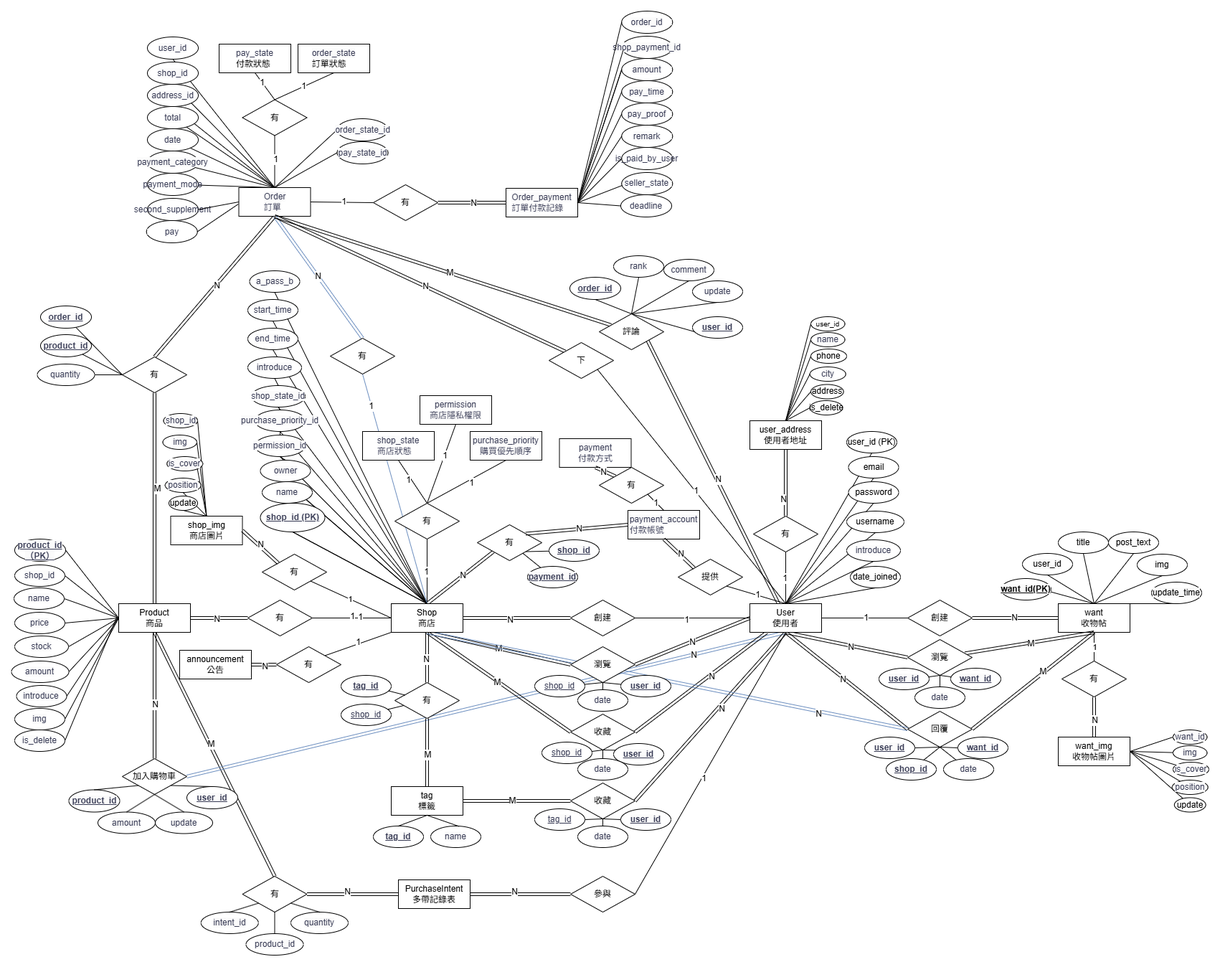
Above: 文件/ERD.png in ntubimd-goodbye-114509/goodbye (draw.io), before the change. Source tidied: cells renumbered, new cells last; positions are measured from the earlier drawing's top-left corner, leaving out a move shared by most shapes.
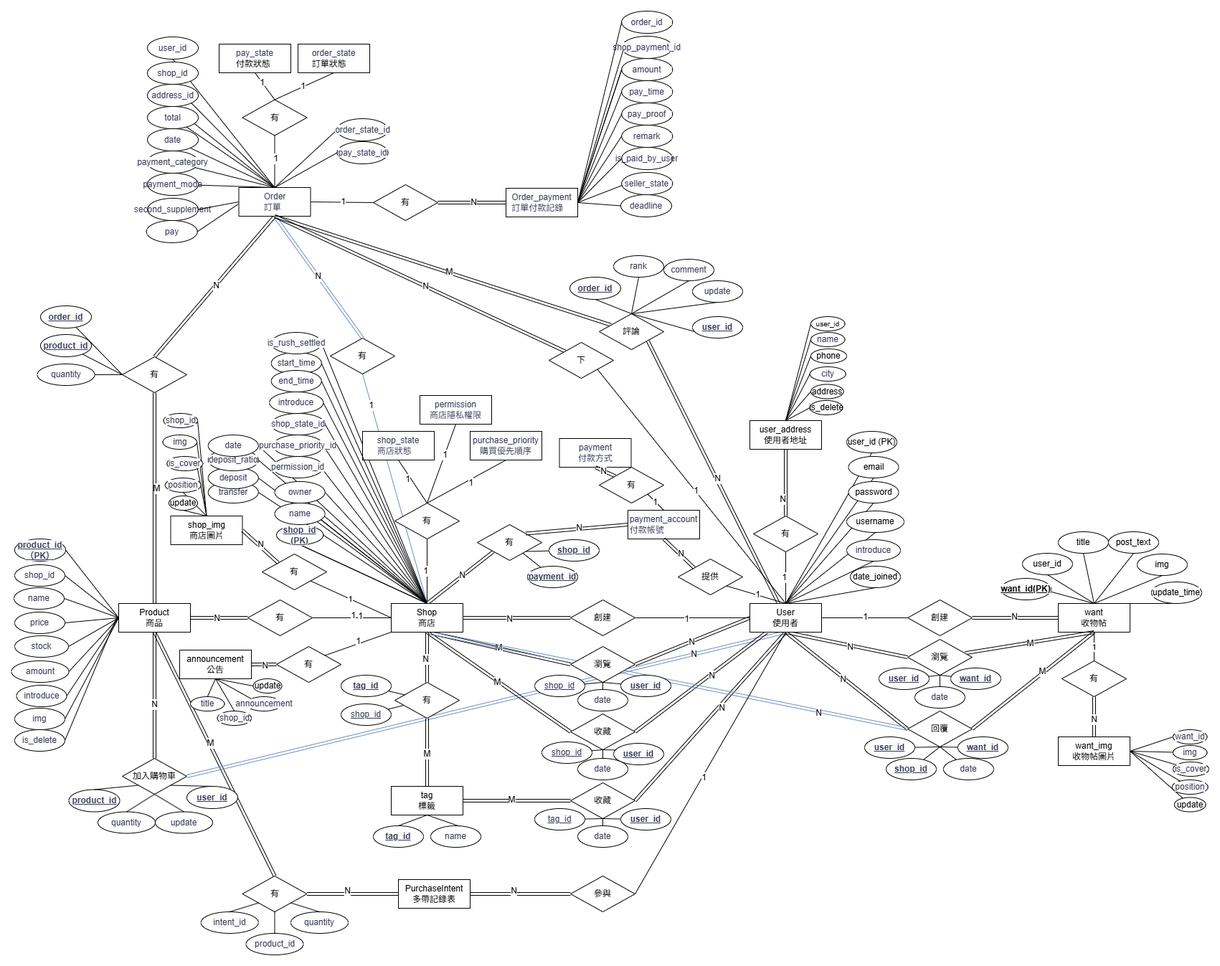
After the commit.

Commit message:
ERD 資料字典更新

Diff of the diagram source:
```diff
@@ -4,2 +4,17 @@
     <mxCell id="1" parent="0" />
+    <mxCell id="376" style="edgeStyle=none;curved=1;rounded=0;jettySize=auto;html=1;entryX=1;entryY=0.5;entryDx=0;entryDy=0;fontSize=12;startSize=8;endSize=8;endArrow=none;startFill=0;exitX=0.5;exitY=0;exitDx=0;exitDy=0;" parent="1" edge="1" source="60" target="377">
+      <mxGeometry relative="1" as="geometry" />
+    </mxCell>
+    <mxCell id="377" value="&lt;span style=&quot;color: rgb(57, 60, 86); text-align: left; background-color: rgb(251, 251, 251);&quot;&gt;transfer&lt;/span&gt;" style="ellipse;whiteSpace=wrap;html=1;align=center;rounded=0;" parent="1" vertex="1">
+      <mxGeometry x="274.8" y="656" width="70" height="30" as="geometry" />
+    </mxCell>
+    <mxCell id="378" style="edgeStyle=none;curved=1;rounded=0;jettySize=auto;html=1;entryX=1;entryY=0.5;entryDx=0;entryDy=0;fontSize=12;startSize=8;endSize=8;endArrow=none;startFill=0;exitX=0.5;exitY=0;exitDx=0;exitDy=0;" parent="1" edge="1" source="60" target="385">
+      <mxGeometry relative="1" as="geometry" />
+    </mxCell>
+    <mxCell id="379" style="edgeStyle=none;curved=1;rounded=0;jettySize=auto;html=1;entryX=1;entryY=0.5;entryDx=0;entryDy=0;fontSize=12;startSize=8;endSize=8;endArrow=none;startFill=0;exitX=0.5;exitY=0;exitDx=0;exitDy=0;" parent="1" edge="1" source="60" target="384">
+      <mxGeometry relative="1" as="geometry" />
+    </mxCell>
+    <mxCell id="380" style="edgeStyle=none;curved=1;rounded=0;jettySize=auto;html=1;entryX=1;entryY=0.5;entryDx=0;entryDy=0;fontSize=12;startSize=8;endSize=8;endArrow=none;startFill=0;exitX=0.5;exitY=0;exitDx=0;exitDy=0;" parent="1" edge="1" source="60" target="383">
+      <mxGeometry relative="1" as="geometry" />
+    </mxCell>
     <mxCell id="2" style="edgeStyle=none;curved=1;rounded=0;jettySize=auto;html=1;fontSize=12;shape=link;exitX=0.5;exitY=1;exitDx=0;exitDy=0;entryX=0.5;entryY=0;entryDx=0;entryDy=0;" parent="1" edge="1" source="91" target="369">
@@ -118,5 +133,2 @@
     </mxCell>
-    <mxCell id="38" style="edgeStyle=none;curved=1;rounded=0;jettySize=auto;html=1;entryX=0.5;entryY=1;entryDx=0;entryDy=0;fontSize=12;startSize=8;endSize=8;endArrow=none;startFill=0;exitX=0.5;exitY=0;exitDx=0;exitDy=0;" parent="1" edge="1" source="276" target="274">
-      <mxGeometry relative="1" as="geometry" />
-    </mxCell>
     <mxCell id="39" style="edgeStyle=none;curved=1;rounded=0;jettySize=auto;html=1;entryX=0.5;entryY=1;entryDx=0;entryDy=0;fontSize=12;startSize=8;endSize=8;endArrow=none;startFill=0;exitX=0.5;exitY=0;exitDx=0;exitDy=0;" parent="1" edge="1" source="60" target="273">
@@ -124,6 +136,3 @@
     </mxCell>
-    <mxCell id="40" style="edgeStyle=none;curved=1;rounded=0;jettySize=auto;html=1;entryX=0.5;entryY=1;entryDx=0;entryDy=0;fontSize=12;startSize=8;endSize=8;endArrow=none;startFill=0;exitX=0.5;exitY=0;exitDx=0;exitDy=0;" parent="1" edge="1" source="267" target="61">
-      <mxGeometry relative="1" as="geometry" />
-    </mxCell>
-    <mxCell id="41" style="edgeStyle=none;curved=1;rounded=0;jettySize=auto;html=1;entryX=0.5;entryY=1;entryDx=0;entryDy=0;fontSize=12;startSize=8;endSize=8;endArrow=none;startFill=0;" parent="1" edge="1" target="62">
+    <mxCell id="41" style="edgeStyle=none;curved=1;rounded=0;jettySize=auto;html=1;entryX=1;entryY=0.5;entryDx=0;entryDy=0;fontSize=12;startSize=8;endSize=8;endArrow=none;startFill=0;" parent="1" edge="1" target="61">
       <mxGeometry relative="1" as="geometry">
@@ -132,15 +141,15 @@
     </mxCell>
-    <mxCell id="42" style="edgeStyle=none;curved=1;rounded=0;jettySize=auto;html=1;exitX=0.5;exitY=0;exitDx=0;exitDy=0;entryX=0.5;entryY=1;entryDx=0;entryDy=0;fontSize=12;startSize=8;endSize=8;endArrow=none;startFill=0;" parent="1" edge="1" source="60" target="63">
+    <mxCell id="42" style="edgeStyle=none;curved=1;rounded=0;jettySize=auto;html=1;exitX=0.5;exitY=0;exitDx=0;exitDy=0;entryX=1;entryY=0.5;entryDx=0;entryDy=0;fontSize=12;startSize=8;endSize=8;endArrow=none;startFill=0;" parent="1" edge="1" source="60" target="269">
       <mxGeometry relative="1" as="geometry" />
     </mxCell>
-    <mxCell id="43" style="edgeStyle=none;curved=1;rounded=0;jettySize=auto;html=1;exitX=0.5;exitY=0;exitDx=0;exitDy=0;entryX=0.5;entryY=1;entryDx=0;entryDy=0;fontSize=12;startSize=8;endSize=8;endArrow=none;startFill=0;" parent="1" edge="1" source="60" target="65">
+    <mxCell id="43" style="edgeStyle=none;curved=1;rounded=0;jettySize=auto;html=1;exitX=0.5;exitY=0;exitDx=0;exitDy=0;entryX=1;entryY=0.5;entryDx=0;entryDy=0;fontSize=12;startSize=8;endSize=8;endArrow=none;startFill=0;" parent="1" edge="1" source="60" target="65">
       <mxGeometry relative="1" as="geometry" />
     </mxCell>
-    <mxCell id="44" style="edgeStyle=none;curved=1;rounded=0;jettySize=auto;html=1;entryX=0.5;entryY=1;entryDx=0;entryDy=0;fontSize=12;startSize=8;endSize=8;endArrow=none;startFill=0;exitX=0.5;exitY=0;exitDx=0;exitDy=0;" parent="1" edge="1" source="60" target="267">
+    <mxCell id="44" style="edgeStyle=none;curved=1;rounded=0;jettySize=auto;html=1;entryX=1;entryY=0.5;entryDx=0;entryDy=0;fontSize=12;startSize=8;endSize=8;endArrow=none;startFill=0;exitX=0.5;exitY=0;exitDx=0;exitDy=0;" parent="1" edge="1" source="60" target="267">
       <mxGeometry relative="1" as="geometry" />
     </mxCell>
-    <mxCell id="45" style="edgeStyle=none;curved=1;rounded=0;jettySize=auto;html=1;exitX=0.5;exitY=0;exitDx=0;exitDy=0;entryX=0.5;entryY=1;entryDx=0;entryDy=0;fontSize=12;startSize=8;endSize=8;endArrow=none;startFill=0;" parent="1" edge="1" source="60" target="269">
+    <mxCell id="45" style="edgeStyle=none;curved=1;rounded=0;jettySize=auto;html=1;exitX=0.5;exitY=0;exitDx=0;exitDy=0;entryX=0.998;entryY=0.638;entryDx=0;entryDy=0;fontSize=12;startSize=8;endSize=8;endArrow=none;startFill=0;entryPerimeter=0;" parent="1" edge="1" source="60" target="271">
       <mxGeometry relative="1" as="geometry" />
     </mxCell>
-    <mxCell id="46" style="edgeStyle=none;curved=1;rounded=0;jettySize=auto;html=1;exitX=0.5;exitY=0;exitDx=0;exitDy=0;entryX=0.5;entryY=1;entryDx=0;entryDy=0;fontSize=12;startSize=8;endSize=8;endArrow=none;startFill=0;" parent="1" edge="1" source="60" target="271">
+    <mxCell id="46" style="edgeStyle=none;curved=1;rounded=0;jettySize=auto;html=1;exitX=0.5;exitY=0;exitDx=0;exitDy=0;entryX=1;entryY=0.5;entryDx=0;entryDy=0;fontSize=12;startSize=8;endSize=8;endArrow=none;startFill=0;" parent="1" edge="1" source="60" target="273">
       <mxGeometry relative="1" as="geometry" />
@@ -194,9 +203,9 @@
     <mxCell id="61" value="&lt;span style=&quot;color: rgb(57, 60, 86); text-align: left; background-color: rgb(251, 251, 251);&quot;&gt;introduce&lt;/span&gt;" style="ellipse;whiteSpace=wrap;html=1;align=center;rounded=0;" parent="1" vertex="1">
-      <mxGeometry x="330" y="482" width="75" height="30" as="geometry" />
+      <mxGeometry x="360.2" y="531" width="75" height="30" as="geometry" />
     </mxCell>
     <mxCell id="62" value="&lt;span style=&quot;color: rgb(57, 60, 86); text-align: left; background-color: rgb(251, 251, 251);&quot;&gt;start_time&lt;/span&gt;" style="ellipse;whiteSpace=wrap;html=1;align=center;rounded=0;" parent="1" vertex="1">
-      <mxGeometry x="330" y="402" width="70" height="30" as="geometry" />
+      <mxGeometry x="362.8" y="476" width="70" height="30" as="geometry" />
     </mxCell>
     <mxCell id="63" value="&lt;span style=&quot;color: rgb(57, 60, 86); text-align: left; background-color: rgb(251, 251, 251);&quot;&gt;end_time&lt;/span&gt;" style="ellipse;whiteSpace=wrap;html=1;align=center;rounded=0;" parent="1" vertex="1">
-      <mxGeometry x="330" y="442" width="70" height="30" as="geometry" />
+      <mxGeometry x="362.8" y="501" width="70" height="30" as="geometry" />
     </mxCell>
@@ -205,4 +214,4 @@
     </mxCell>
-    <mxCell id="65" value="&lt;span style=&quot;color: rgb(57, 60, 86); text-align: left; background-color: rgb(251, 251, 251);&quot;&gt;a_pass_b&lt;/span&gt;" style="ellipse;whiteSpace=wrap;html=1;align=center;rounded=0;" parent="1" vertex="1">
-      <mxGeometry x="332.5" y="362" width="70" height="30" as="geometry" />
+    <mxCell id="65" value="&lt;span style=&quot;color: rgb(57, 60, 86); text-align: left; background-color: rgb(251, 251, 251);&quot;&gt;is_rush_settled&lt;/span&gt;" style="ellipse;whiteSpace=wrap;html=1;align=center;rounded=0;" parent="1" vertex="1">
+      <mxGeometry x="362.8" y="448" width="70" height="30" as="geometry" />
     </mxCell>
@@ -746,3 +755,3 @@
     </mxCell>
-    <mxCell id="242" value="&lt;span style=&quot;color: rgb(57, 60, 86); font-family: Helvetica; font-size: 12px; font-style: normal; font-variant-ligatures: normal; font-variant-caps: normal; font-weight: 400; letter-spacing: normal; orphans: 2; text-align: left; text-indent: 0px; text-transform: none; widows: 2; word-spacing: 0px; -webkit-text-stroke-width: 0px; white-space: normal; background-color: rgb(251, 251, 251); text-decoration-thickness: initial; text-decoration-style: initial; text-decoration-color: initial; float: none; display: inline !important;&quot;&gt;amount&lt;/span&gt;" style="ellipse;whiteSpace=wrap;html=1;align=center;rounded=0;" parent="1" vertex="1">
+    <mxCell id="242" value="&lt;span style=&quot;color: rgb(57, 60, 86); text-align: left; background-color: rgb(251, 251, 251);&quot;&gt;quantity&lt;/span&gt;" style="ellipse;whiteSpace=wrap;html=1;align=center;rounded=0;" parent="1" vertex="1">
       <mxGeometry x="121" y="1116.5" width="80" height="30" as="geometry" />
@@ -822,19 +831,10 @@
     </mxCell>
-    <mxCell id="266" style="edgeStyle=none;curved=1;rounded=0;jettySize=auto;html=1;entryX=0.5;entryY=1;entryDx=0;entryDy=0;fontSize=12;startSize=8;endSize=8;endArrow=none;startFill=0;exitX=0.5;exitY=0;exitDx=0;exitDy=0;" parent="1" edge="1" source="269" target="267">
-      <mxGeometry relative="1" as="geometry" />
-    </mxCell>
     <mxCell id="267" value="&lt;span style=&quot;color: rgb(57, 60, 86); text-align: left; background-color: rgb(251, 251, 251);&quot;&gt;shop_state_id&lt;/span&gt;" style="ellipse;whiteSpace=wrap;html=1;align=center;rounded=0;" parent="1" vertex="1">
-      <mxGeometry x="335" y="522" width="75" height="30" as="geometry" />
+      <mxGeometry x="362.8" y="561" width="75" height="30" as="geometry" />
     </mxCell>
-    <mxCell id="268" style="edgeStyle=none;curved=1;rounded=0;jettySize=auto;html=1;entryX=0.5;entryY=1;entryDx=0;entryDy=0;fontSize=12;startSize=8;endSize=8;endArrow=none;startFill=0;exitX=0.5;exitY=0;exitDx=0;exitDy=0;" parent="1" edge="1" source="271" target="269">
-      <mxGeometry relative="1" as="geometry" />
-    </mxCell>
     <mxCell id="269" value="&lt;span style=&quot;color: rgb(57, 60, 86); text-align: left; background-color: rgb(251, 251, 251);&quot;&gt;purchase_priority_id&lt;/span&gt;" style="ellipse;whiteSpace=wrap;html=1;align=center;rounded=0;" parent="1" vertex="1">
-      <mxGeometry x="340" y="556" width="70" height="30" as="geometry" />
+      <mxGeometry x="365.2" y="591" width="70" height="30" as="geometry" />
     </mxCell>
-    <mxCell id="270" style="edgeStyle=none;curved=1;rounded=0;jettySize=auto;html=1;entryX=0.5;entryY=1;entryDx=0;entryDy=0;fontSize=12;startSize=8;endSize=8;endArrow=none;startFill=0;exitX=0.5;exitY=0;exitDx=0;exitDy=0;" parent="1" edge="1" source="273" target="271">
-      <mxGeometry relative="1" as="geometry" />
-    </mxCell>
     <mxCell id="271" value="&lt;span style=&quot;color: rgb(57, 60, 86); text-align: left; background-color: rgb(251, 251, 251);&quot;&gt;permission_id&lt;/span&gt;" style="ellipse;whiteSpace=wrap;html=1;align=center;rounded=0;" parent="1" vertex="1">
-      <mxGeometry x="340" y="591" width="70" height="30" as="geometry" />
+      <mxGeometry x="365.2" y="621" width="70" height="30" as="geometry" />
     </mxCell>
@@ -844,6 +844,6 @@
     <mxCell id="273" value="&lt;span style=&quot;color: rgb(57, 60, 86); text-align: left; background-color: rgb(251, 251, 251);&quot;&gt;owner&lt;/span&gt;" style="ellipse;whiteSpace=wrap;html=1;align=center;rounded=0;" parent="1" vertex="1">
-      <mxGeometry x="347.5" y="626" width="70" height="30" as="geometry" />
+      <mxGeometry x="367.6" y="656" width="70" height="30" as="geometry" />
     </mxCell>
     <mxCell id="274" value="&lt;span style=&quot;color: rgb(57, 60, 86); text-align: left; background-color: rgb(251, 251, 251);&quot;&gt;name&lt;/span&gt;" style="ellipse;whiteSpace=wrap;html=1;align=center;rounded=0;" parent="1" vertex="1">
-      <mxGeometry x="350" y="656" width="70" height="30" as="geometry" />
+      <mxGeometry x="367.6" y="686" width="70" height="30" as="geometry" />
     </mxCell>
@@ -853,3 +853,3 @@
     <mxCell id="276" value="&lt;span style=&quot;color: rgb(57, 60, 86); font-weight: 700; text-align: left; background-color: rgb(251, 251, 251); text-decoration-line: underline;&quot;&gt;shop_id (PK)&lt;/span&gt;" style="ellipse;whiteSpace=wrap;html=1;align=center;rounded=0;" parent="1" vertex="1">
-      <mxGeometry x="347.5" y="686" width="90" height="40" as="geometry" />
+      <mxGeometry x="370" y="717" width="65.2" height="27" as="geometry" />
     </mxCell>
@@ -1162,2 +1162,41 @@
     </mxCell>
+    <mxCell id="381" style="edgeStyle=none;curved=1;rounded=0;jettySize=auto;html=1;exitX=0.5;exitY=0;exitDx=0;exitDy=0;entryX=1;entryY=0.5;entryDx=0;entryDy=0;fontSize=12;startSize=8;endSize=8;endArrow=none;startFill=0;" parent="1" edge="1" source="60" target="62">
+      <mxGeometry relative="1" as="geometry" />
+    </mxCell>
+    <mxCell id="382" style="edgeStyle=none;curved=1;rounded=0;jettySize=auto;html=1;exitX=0.5;exitY=0;exitDx=0;exitDy=0;entryX=1;entryY=0.5;entryDx=0;entryDy=0;fontSize=12;startSize=8;endSize=8;endArrow=none;startFill=0;" parent="1" edge="1" source="60" target="63">
+      <mxGeometry relative="1" as="geometry" />
+    </mxCell>
+    <mxCell id="383" value="&lt;span style=&quot;color: rgb(57, 60, 86); text-align: left; background-color: rgb(251, 251, 251);&quot;&gt;deposit&lt;/span&gt;" style="ellipse;whiteSpace=wrap;html=1;align=center;rounded=0;" parent="1" vertex="1">
+      <mxGeometry x="274.8" y="636" width="70" height="30" as="geometry" />
+    </mxCell>
+    <mxCell id="384" value="&lt;span style=&quot;color: rgb(57, 60, 86); text-align: left; background-color: rgb(251, 251, 251);&quot;&gt;deposit_ratio&lt;/span&gt;" style="ellipse;whiteSpace=wrap;html=1;align=center;rounded=0;" parent="1" vertex="1">
+      <mxGeometry x="274.8" y="611" width="70" height="30" as="geometry" />
+    </mxCell>
+    <mxCell id="385" value="&lt;span style=&quot;color: rgb(57, 60, 86); text-align: left; background-color: rgb(251, 251, 251);&quot;&gt;date&lt;/span&gt;" style="ellipse;whiteSpace=wrap;html=1;align=center;rounded=0;" parent="1" vertex="1">
+      <mxGeometry x="274.8" y="591" width="70" height="30" as="geometry" />
+    </mxCell>
+    <mxCell id="386" value="&lt;span style=&quot;text-align: start; font-family: Arial;&quot;&gt;&lt;font&gt;update&lt;/font&gt;&lt;/span&gt;" style="ellipse;whiteSpace=wrap;html=1;align=center;rounded=0;" parent="1" vertex="1">
+      <mxGeometry x="337.5" y="931" width="40" height="20" as="geometry" />
+    </mxCell>
+    <mxCell id="387" value="&lt;span style=&quot;color: rgb(57, 60, 86); text-align: left; background-color: rgb(251, 251, 251);&quot;&gt;title&lt;/span&gt;" style="ellipse;whiteSpace=wrap;html=1;align=center;rounded=0;" parent="1" vertex="1">
+      <mxGeometry x="250" y="956" width="47.5" height="20" as="geometry" />
+    </mxCell>
+    <mxCell id="388" value="&lt;span style=&quot;color: rgb(57, 60, 86); text-align: left; background-color: rgb(251, 251, 251);&quot;&gt;shop_id&lt;/span&gt;" style="ellipse;whiteSpace=wrap;html=1;align=center;rounded=0;" parent="1" vertex="1">
+      <mxGeometry x="287.5" y="976" width="47.5" height="20" as="geometry" />
+    </mxCell>
+    <mxCell id="389" value="&lt;span style=&quot;color: rgb(57, 60, 86); text-align: left; background-color: rgb(251, 251, 251);&quot;&gt;announcement&lt;/span&gt;" style="ellipse;whiteSpace=wrap;html=1;align=center;rounded=0;" parent="1" vertex="1">
+      <mxGeometry x="327.5" y="956" width="50" height="20" as="geometry" />
+    </mxCell>
+    <mxCell id="390" style="edgeStyle=none;curved=1;rounded=0;jettySize=auto;html=1;entryX=0.5;entryY=1;entryDx=0;entryDy=0;fontSize=12;startSize=8;endSize=8;endArrow=none;startFill=0;exitX=0;exitY=0.5;exitDx=0;exitDy=0;" parent="1" edge="1" source="386" target="261">
+      <mxGeometry relative="1" as="geometry" />
+    </mxCell>
+    <mxCell id="391" style="edgeStyle=none;curved=1;rounded=0;jettySize=auto;html=1;entryX=0.5;entryY=1;entryDx=0;entryDy=0;fontSize=12;startSize=8;endSize=8;endArrow=none;startFill=0;exitX=0;exitY=0;exitDx=0;exitDy=0;" parent="1" edge="1" source="389" target="261">
+      <mxGeometry relative="1" as="geometry" />
+    </mxCell>
+    <mxCell id="392" style="edgeStyle=none;curved=1;rounded=0;jettySize=auto;html=1;entryX=0.5;entryY=1;entryDx=0;entryDy=0;fontSize=12;startSize=8;endSize=8;endArrow=none;startFill=0;exitX=0.5;exitY=0;exitDx=0;exitDy=0;" parent="1" edge="1" source="388" target="261">
+      <mxGeometry relative="1" as="geometry" />
+    </mxCell>
+    <mxCell id="393" style="edgeStyle=none;curved=1;rounded=0;jettySize=auto;html=1;entryX=0.5;entryY=1;entryDx=0;entryDy=0;fontSize=12;startSize=8;endSize=8;endArrow=none;startFill=0;exitX=0.5;exitY=0;exitDx=0;exitDy=0;" parent="1" edge="1" source="387" target="261">
+      <mxGeometry relative="1" as="geometry" />
+    </mxCell>
   </root>
```
